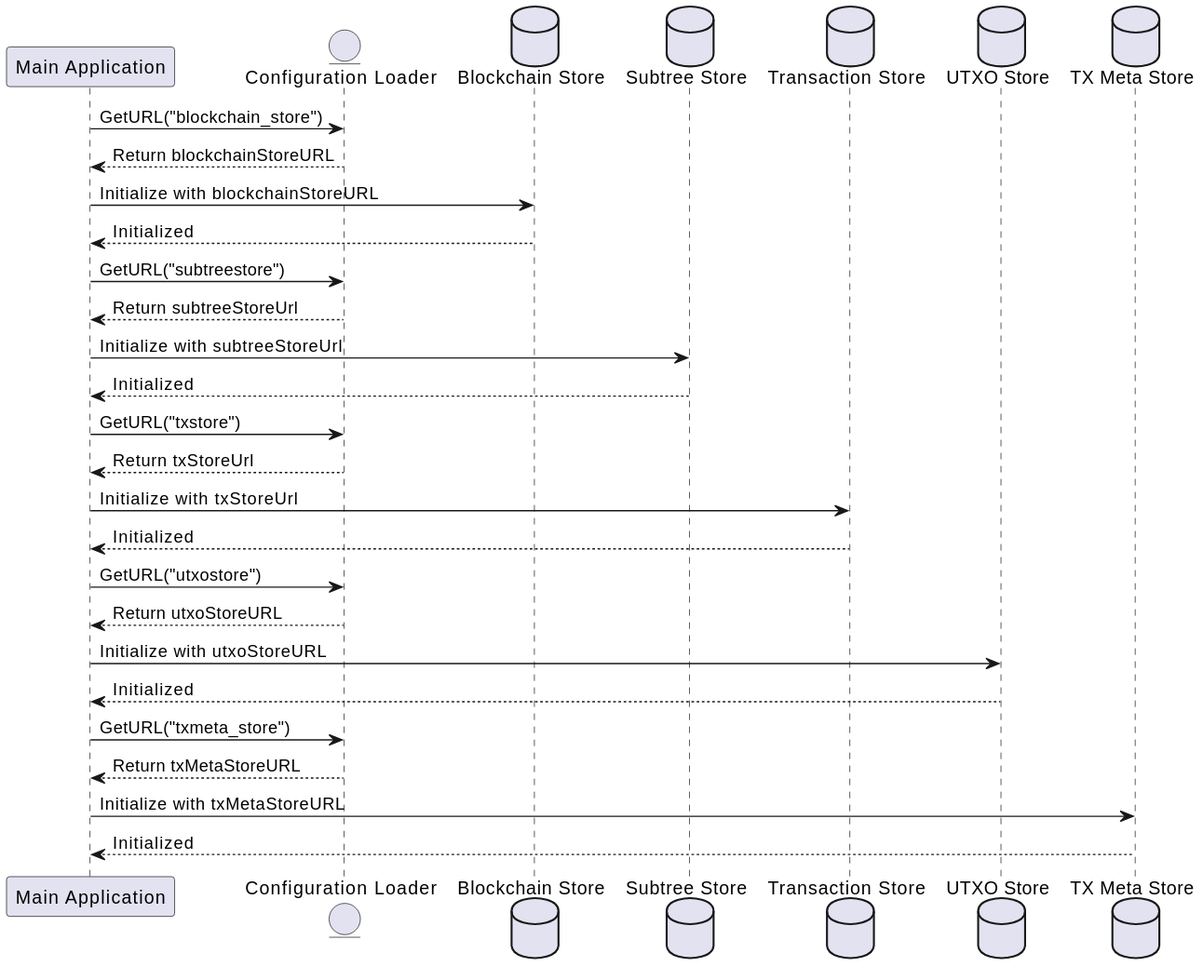
freemans13/teranode keeps this PlantUML diagram as docs/commands/img/plantuml/chain_integrity_init.svg. Above is the earlier version. Its source is kept beside it as docs/commands/img/plantuml/chain_integrity_init.puml. The source it was exported from:
```plantuml
@startuml ChainIntegrity Initialization

participant "Main Application" as Main
entity "Configuration Loader" as ConfigLoader
database "Blockchain Store" as BlockchainDB
database "Subtree Store" as SubtreeStore
database "Transaction Store" as TxStore
database "UTXO Store" as UTXOStore
database "TX Meta Store" as TxMetaStore

Main -> ConfigLoader: GetURL("blockchain_store")
ConfigLoader --> Main: Return blockchainStoreURL
Main -> BlockchainDB: Initialize with blockchainStoreURL
BlockchainDB --> Main: Initialized

Main -> ConfigLoader: GetURL("subtreestore")
ConfigLoader --> Main: Return subtreeStoreUrl
Main -> SubtreeStore: Initialize with subtreeStoreUrl
SubtreeStore --> Main: Initialized

Main -> ConfigLoader: GetURL("txstore")
ConfigLoader --> Main: Return txStoreUrl
Main -> TxStore: Initialize with txStoreUrl
TxStore --> Main: Initialized

Main -> ConfigLoader: GetURL("utxostore")
ConfigLoader --> Main: Return utxoStoreURL
Main -> UTXOStore: Initialize with utxoStoreURL
UTXOStore --> Main: Initialized

Main -> ConfigLoader: GetURL("txmeta_store")
ConfigLoader --> Main: Return txMetaStoreURL
Main -> TxMetaStore: Initialize with txMetaStoreURL
TxMetaStore --> Main: Initialized

left footer " Last Modified On: 15-April-2024. © 2024 Bitcoin SV. All rights reserved."

@enduml
```
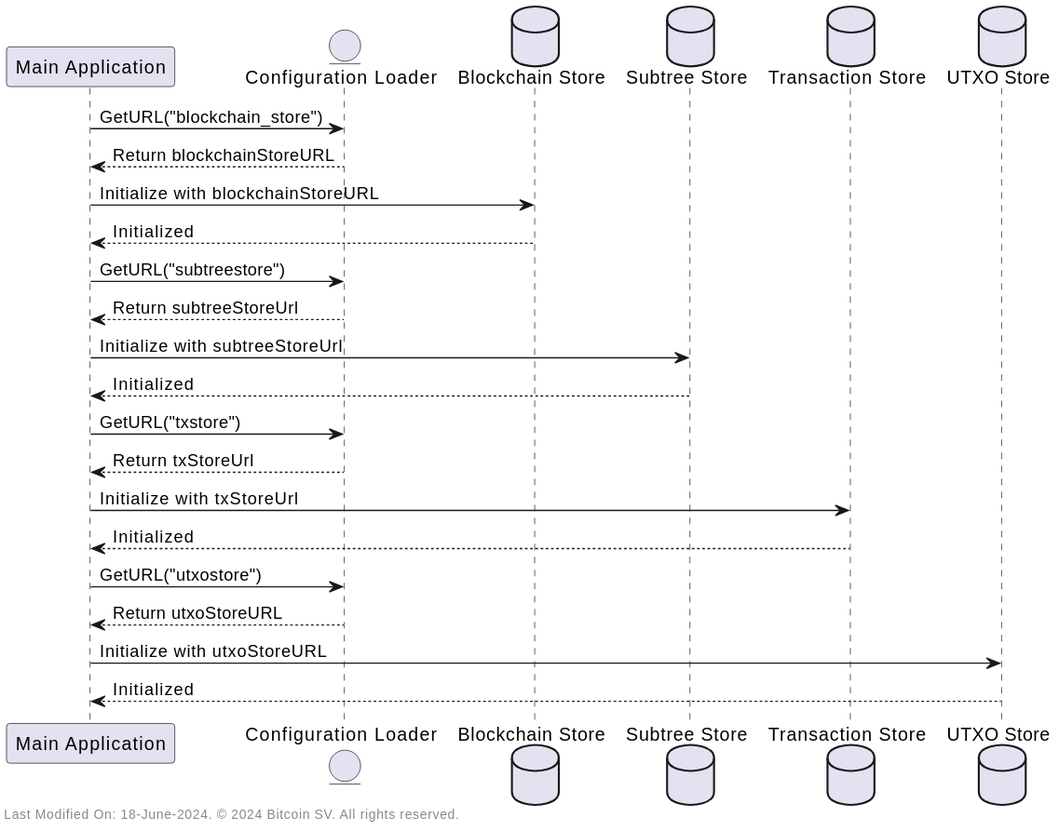
Later version of the same file.

Diff of the diagram source:
```diff
@@ -6,7 +6,6 @@
 database "Subtree Store" as SubtreeStore
 database "Transaction Store" as TxStore
 database "UTXO Store" as UTXOStore
-database "TX Meta Store" as TxMetaStore
 
 Main -> ConfigLoader: GetURL("blockchain_store")
 ConfigLoader --> Main: Return blockchainStoreURL
@@ -28,11 +27,6 @@
 Main -> UTXOStore: Initialize with utxoStoreURL
 UTXOStore --> Main: Initialized
 
-Main -> ConfigLoader: GetURL("txmeta_store")
-ConfigLoader --> Main: Return txMetaStoreURL
-Main -> TxMetaStore: Initialize with txMetaStoreURL
-TxMetaStore --> Main: Initialized
-
-left footer " Last Modified On: 15-April-2024. © 2024 Bitcoin SV. All rights reserved."
+left footer " Last Modified On: 18-June-2024. © 2024 Bitcoin SV. All rights reserved."
 
 @enduml
```
